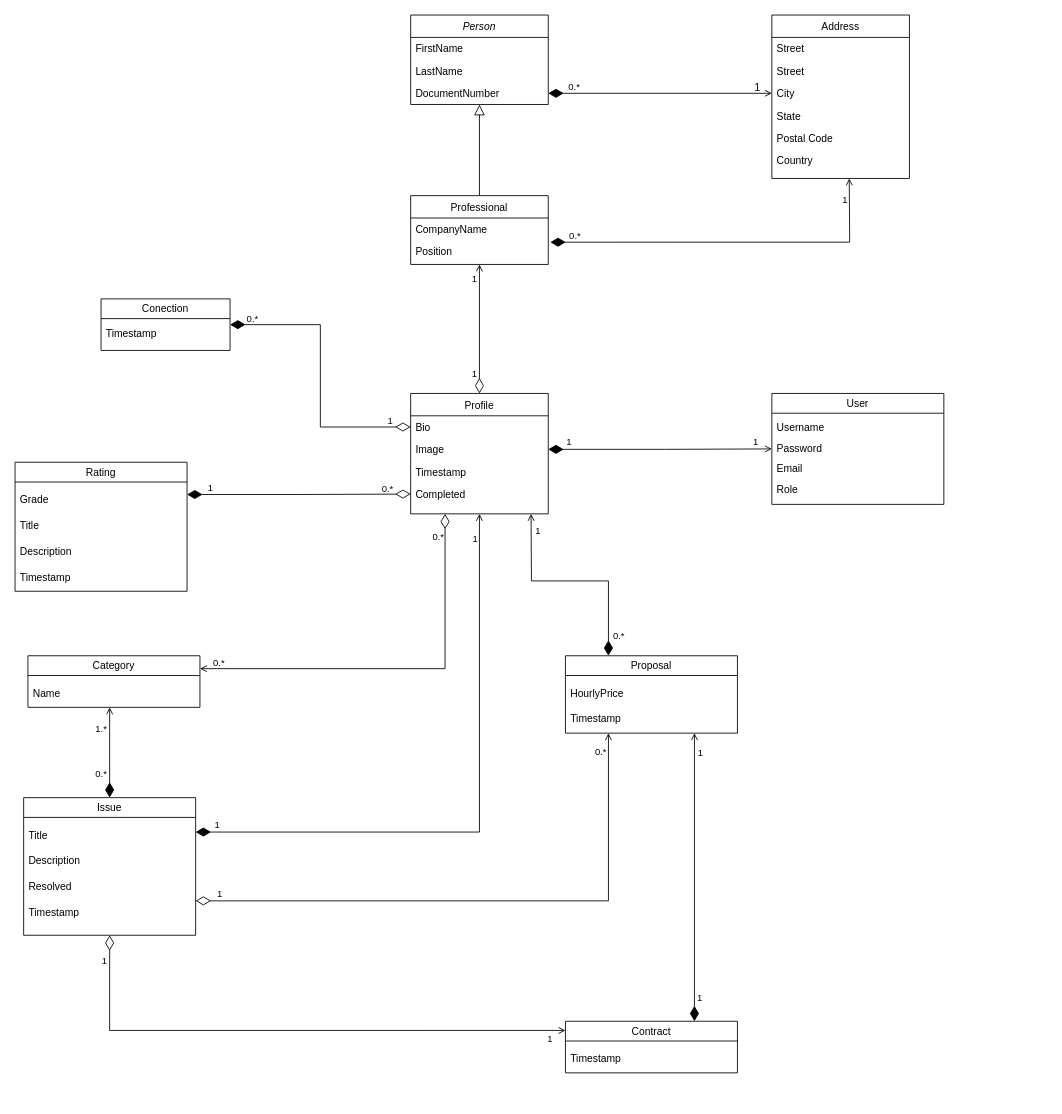
Before: shared/Diagrams.net/Class Diagram.drawio in messiasGeovani/specialister-docs, a draw.io diagram. Source tidied: cells renumbered, new cells numbered last; positions are measured from the earlier drawing's top-left corner, leaving out a move shared by most shapes. Both pictures are drawn from the tidied source at 86%, with x=0, y=0 at pixel (15, 15).
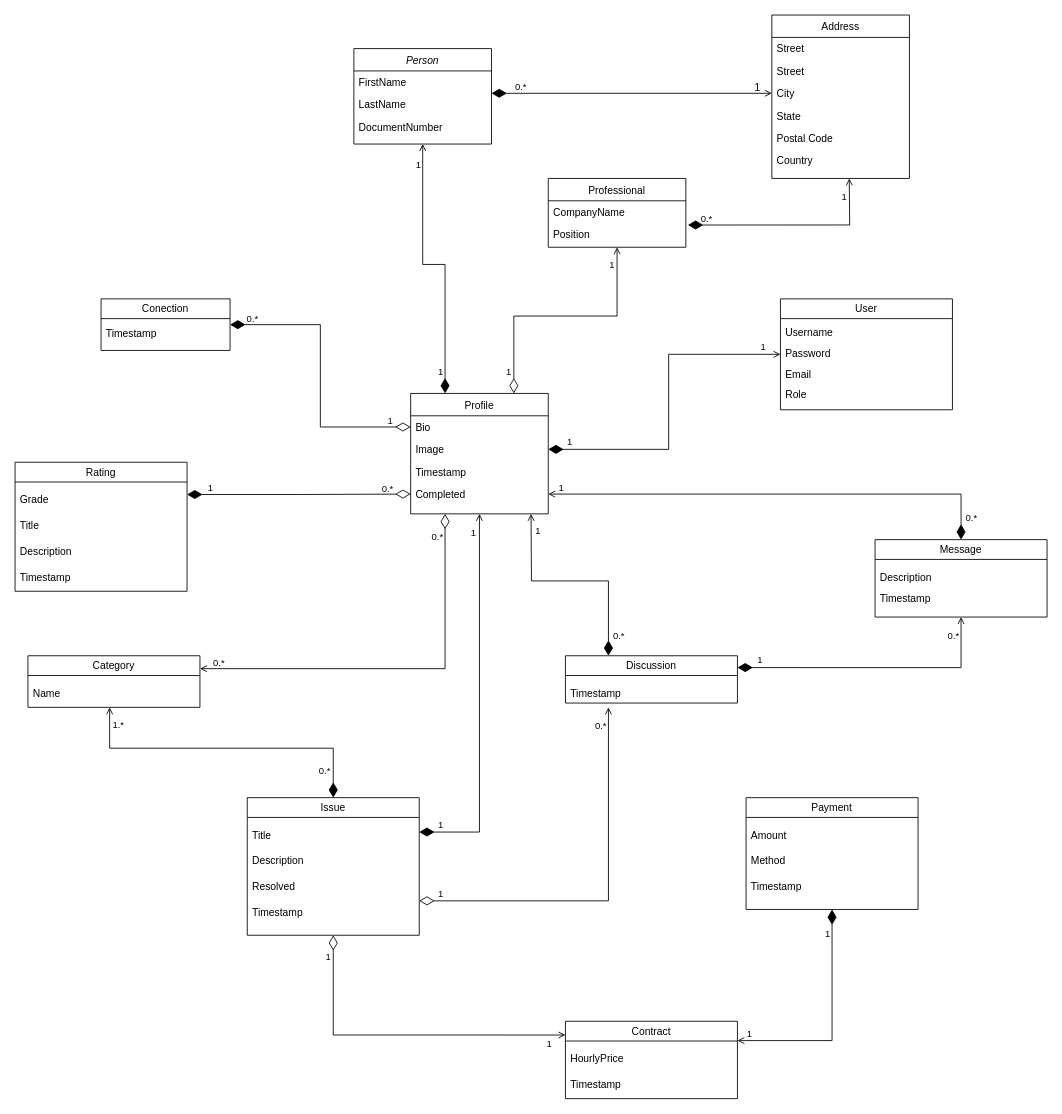
The same diagram, later.

Unchanged cells that the change refers to:
```xml
<mxCell id="13" style="edgeStyle=orthogonalEdgeStyle;rounded=0;jettySize=auto;html=1;entryX=1;entryY=0.25;entryDx=0;entryDy=0;endArrow=diamondThin;endFill=1;endSize=15;startArrow=open;startFill=0;exitX=0.5;exitY=1;exitDx=0;exitDy=0;" parent="1" edge="1" source="16" target="61">
  <mxGeometry relative="1" as="geometry" />
</mxCell>
<mxCell id="16" value="Profile" style="swimlane;fontStyle=0;align=center;verticalAlign=top;horizontal=1;startSize=26;rounded=0;shadow=0;strokeWidth=1;" parent="1" vertex="1">
  <mxGeometry x="460" y="440" width="160" height="140" as="geometry" />
</mxCell>
<mxCell id="20" value="Completed" style="text;align=left;verticalAlign=top;spacingLeft=4;spacingRight=4;overflow=hidden;points=[[0,0.5],[1,0.5]];portConstraint=eastwest;" parent="16" vertex="1">
  <mxGeometry y="104" width="160" height="26" as="geometry" />
</mxCell>
<mxCell id="31" style="edgeStyle=orthogonalEdgeStyle;rounded=0;jettySize=auto;html=1;endArrow=open;endFill=0;exitX=1.015;exitY=1.082;exitDx=0;exitDy=0;exitPerimeter=0;startArrow=diamondThin;startFill=1;startSize=15;" parent="1" edge="1" source="7">
  <mxGeometry relative="1" as="geometry">
    <mxPoint x="970" y="190" as="targetPoint" />
  </mxGeometry>
</mxCell>
<mxCell id="39" style="edgeStyle=orthogonalEdgeStyle;rounded=0;jettySize=auto;html=1;entryX=0;entryY=0.5;entryDx=0;entryDy=0;endArrow=open;endFill=0;exitX=1;exitY=0.5;exitDx=0;exitDy=0;startArrow=diamondThin;startFill=1;startSize=15;" parent="1" edge="1" source="18" target="34">
  <mxGeometry relative="1" as="geometry" />
</mxCell>
<mxCell id="55" style="edgeStyle=orthogonalEdgeStyle;rounded=0;jettySize=auto;html=1;exitX=0.5;exitY=1;exitDx=0;exitDy=0;entryX=0;entryY=0.178;entryDx=0;entryDy=0;entryPerimeter=0;endArrow=open;endFill=0;startArrow=diamondThin;startFill=0;startSize=15;" parent="1" edge="1" source="61" target="80">
  <mxGeometry relative="1" as="geometry" />
</mxCell>
<mxCell id="58" style="edgeStyle=orthogonalEdgeStyle;rounded=0;jettySize=auto;html=1;exitX=1;exitY=0.75;exitDx=0;exitDy=0;entryX=0.25;entryY=1;entryDx=0;entryDy=0;endArrow=open;endFill=0;startArrow=diamondThin;startFill=0;startSize=15;" parent="1" edge="1" source="61" target="71">
  <mxGeometry relative="1" as="geometry" />
</mxCell>
<mxCell id="72" style="edgeStyle=orthogonalEdgeStyle;rounded=0;jettySize=auto;html=1;exitX=1;exitY=0.25;exitDx=0;exitDy=0;entryX=0.25;entryY=1;entryDx=0;entryDy=0;labelBackgroundColor=default;endArrow=diamondThin;endFill=0;endSize=15;startArrow=open;startFill=0;" parent="1" edge="1" source="75" target="16">
  <mxGeometry relative="1" as="geometry" />
</mxCell>
<mxCell id="77" style="edgeStyle=orthogonalEdgeStyle;rounded=0;jettySize=auto;html=1;exitX=0.5;exitY=1;exitDx=0;exitDy=0;entryX=0.5;entryY=0;entryDx=0;entryDy=0;endArrow=diamondThin;endFill=1;endSize=15;startArrow=open;startFill=0;" parent="1" edge="1" source="76" target="61">
  <mxGeometry relative="1" as="geometry" />
</mxCell>
```

Diff of the diagram source:
```diff
@@
+    <mxCell id="85" style="edgeStyle=orthogonalEdgeStyle;rounded=0;jettySize=auto;html=1;exitX=0.5;exitY=1;exitDx=0;exitDy=0;entryX=0.25;entryY=0;entryDx=0;entryDy=0;endArrow=diamondThin;endFill=1;startArrow=open;startFill=0;endSize=15;" parent="1" edge="1" source="2" target="16">
+      <mxGeometry relative="1" as="geometry" />
+    </mxCell>
+    <mxCell id="86" value="1" style="edgeLabel;html=1;align=center;verticalAlign=middle;labelBackgroundColor=none;" parent="85" vertex="1">
+      <mxGeometry x="-0.85" y="-1" relative="1" as="geometry">
+        <mxPoint x="-5" y="-1" as="offset" />
+      </mxGeometry>
+    </mxCell>
+    <mxCell id="87" value="1" style="edgeLabel;html=1;align=center;verticalAlign=middle;fontColor=default;labelBackgroundColor=none;" parent="85" vertex="1">
+      <mxGeometry x="0.79" y="-4" relative="1" as="geometry">
+        <mxPoint x="-2" y="7" as="offset" />
+      </mxGeometry>
+    </mxCell>
     <mxCell id="2" value="Person" style="swimlane;fontStyle=2;align=center;verticalAlign=top;horizontal=1;startSize=26;rounded=0;shadow=0;strokeWidth=1;" parent="1" vertex="1">
-      <mxGeometry x="460" width="160" height="104" as="geometry" />
+      <mxGeometry x="394" y="39" width="160" height="111" as="geometry" />
     </mxCell>
@@
     <mxCell id="6" value="Professional" style="swimlane;fontStyle=0;align=center;verticalAlign=top;horizontal=1;startSize=26;rounded=0;shadow=0;strokeWidth=1;" parent="1" vertex="1">
-      <mxGeometry x="460" y="210" width="160" height="80" as="geometry" />
+      <mxGeometry x="620" y="190" width="160" height="80" as="geometry" />
     </mxCell>
@@
-    <mxCell id="9" style="endArrow=block;endSize=10;endFill=0;shadow=0;strokeWidth=1;rounded=0;edgeStyle=elbowEdgeStyle;elbow=vertical;" parent="1" edge="1" source="6" target="2">
-      <mxGeometry relative="1" as="geometry" />
-    </mxCell>
-    <mxCell id="10" style="edgeStyle=orthogonalEdgeStyle;rounded=0;jettySize=auto;html=1;exitX=0.5;exitY=0;exitDx=0;exitDy=0;entryX=0.5;entryY=1;entryDx=0;entryDy=0;endArrow=open;endFill=0;startArrow=diamondThin;startFill=0;startSize=15;" parent="1" edge="1" source="16" target="6">
+    <mxCell id="10" style="edgeStyle=orthogonalEdgeStyle;rounded=0;jettySize=auto;html=1;exitX=0.75;exitY=0;exitDx=0;exitDy=0;entryX=0.5;entryY=1;entryDx=0;entryDy=0;endArrow=open;endFill=0;startArrow=diamondThin;startFill=0;startSize=15;" parent="1" edge="1" source="16" target="6">
       <mxGeometry relative="1" as="geometry" />
     </mxCell>
     <mxCell id="11" value="1" style="edgeLabel;html=1;align=center;verticalAlign=middle;labelBackgroundColor=none;" parent="10" vertex="1">
       <mxGeometry x="0.68" y="2" relative="1" as="geometry">
-        <mxPoint x="-5" y="-8" as="offset" />
+        <mxPoint x="-5" y="-26" as="offset" />
       </mxGeometry>
     </mxCell>
     <mxCell id="12" value="1" style="edgeLabel;html=1;align=center;verticalAlign=middle;labelBackgroundColor=none;" parent="10" vertex="1">
       <mxGeometry x="-0.81" relative="1" as="geometry">
-        <mxPoint x="-7" y="-10" as="offset" />
+        <mxPoint x="-7" y="2" as="offset" />
       </mxGeometry>
     </mxCell>
@@
     <mxCell id="14" value="1" style="edgeLabel;html=1;align=center;verticalAlign=middle;labelBackgroundColor=none;" parent="13" vertex="1">
       <mxGeometry x="0.91" relative="1" as="geometry">
-        <mxPoint x="-7" y="-9" as="offset" />
+        <mxPoint x="4" y="-9" as="offset" />
       </mxGeometry>
     </mxCell>
     <mxCell id="15" value="1" style="edgeLabel;html=1;align=center;verticalAlign=middle;labelBackgroundColor=none;" parent="13" vertex="1">
       <mxGeometry x="-0.92" y="1" relative="1" as="geometry">
-        <mxPoint x="-7" as="offset" />
+        <mxPoint x="-9" y="3" as="offset" />
       </mxGeometry>
     </mxCell>
@@
     <mxCell id="32" value="1" style="edgeLabel;html=1;align=center;verticalAlign=middle;labelBackgroundColor=none;" parent="31" vertex="1">
       <mxGeometry x="0.82" y="-2" relative="1" as="geometry">
-        <mxPoint x="-8" y="-14" as="offset" />
+        <mxPoint x="-9" y="-2" as="offset" />
       </mxGeometry>
     </mxCell>
@@
     <mxCell id="34" value="&lt;span style=&quot;font-weight: normal;&quot;&gt;User&lt;/span&gt;" style="swimlane;whiteSpace=wrap;html=1;" parent="1" vertex="1">
-      <mxGeometry x="880" y="440" width="200" height="129" as="geometry" />
+      <mxGeometry x="890" y="330" width="200" height="129" as="geometry" />
     </mxCell>
@@
     <mxCell id="40" value="1" style="edgeLabel;html=1;align=center;verticalAlign=middle;labelBackgroundColor=none;" parent="39" vertex="1">
       <mxGeometry x="-0.79" y="2" relative="1" as="geometry">
-        <mxPoint x="-4" y="-7" as="offset" />
+        <mxPoint x="-16" y="-7" as="offset" />
       </mxGeometry>
     </mxCell>
     <mxCell id="41" value="1" style="edgeLabel;html=1;align=center;verticalAlign=middle;labelBackgroundColor=none;" parent="39" vertex="1">
       <mxGeometry x="0.83" y="1" relative="1" as="geometry">
-        <mxPoint x="3" y="-8" as="offset" />
+        <mxPoint x="12" y="-8" as="offset" />
       </mxGeometry>
     </mxCell>
@@
-    <mxCell id="45" value="&lt;span style=&quot;font-weight: normal;&quot;&gt;Conection&lt;/span&gt;" style="swimlane;whiteSpace=wrap;html=1;" parent="1" vertex="1">
+    <mxCell id="45" value="&lt;span style=&quot;font-weight: normal;&quot;&gt;Conection&lt;/span&gt;" style="swimlane;whiteSpace=wrap;html=1;shadow=0;glass=0;" parent="1" vertex="1">
       <mxGeometry x="100" y="330" width="150" height="60" as="geometry" />
     </mxCell>
@@
     <mxCell id="56" value="1" style="edgeLabel;html=1;align=center;verticalAlign=middle;labelBackgroundColor=none;" parent="55" vertex="1">
       <mxGeometry x="0.82" y="-2" relative="1" as="geometry">
-        <mxPoint x="39" y="8" as="offset" />
+        <mxPoint x="16" y="7" as="offset" />
       </mxGeometry>
     </mxCell>
     <mxCell id="57" value="1" style="edgeLabel;html=1;align=center;verticalAlign=middle;labelBackgroundColor=none;" parent="55" vertex="1">
       <mxGeometry x="-0.91" y="1" relative="1" as="geometry">
-        <mxPoint x="-8" as="offset" />
+        <mxPoint x="-8" y="7" as="offset" />
       </mxGeometry>
     </mxCell>
@@
     <mxCell id="59" value="0.*" style="edgeLabel;html=1;align=center;verticalAlign=middle;labelBackgroundColor=none;" parent="58" vertex="1">
       <mxGeometry x="0.92" y="-1" relative="1" as="geometry">
-        <mxPoint x="-11" y="-6" as="offset" />
+        <mxPoint x="-11" y="3" as="offset" />
       </mxGeometry>
     </mxCell>
     <mxCell id="60" value="1" style="edgeLabel;align=center;verticalAlign=middle;labelBackgroundColor=none;" parent="58" vertex="1">
       <mxGeometry x="-0.85" y="-1" relative="1" as="geometry">
-        <mxPoint x="-23" y="-10" as="offset" />
+        <mxPoint x="-8" y="-10" as="offset" />
       </mxGeometry>
     </mxCell>
     <mxCell id="61" value="&lt;span style=&quot;font-weight: normal;&quot;&gt;Issue&lt;/span&gt;" style="swimlane;whiteSpace=wrap;html=1;" parent="1" vertex="1">
-      <mxGeometry x="10" y="910" width="200" height="160" as="geometry" />
+      <mxGeometry x="270" y="910" width="200" height="160" as="geometry" />
     </mxCell>
@@
-    <mxCell id="69" value="&lt;span style=&quot;font-weight: normal;&quot;&gt;Proposal&lt;/span&gt;" style="swimlane;whiteSpace=wrap;html=1;" parent="1" vertex="1">
-      <mxGeometry x="640" y="745" width="200" height="90" as="geometry" />
+    <mxCell id="69" value="&lt;span style=&quot;font-weight: normal;&quot;&gt;Discussion&lt;/span&gt;" style="swimlane;whiteSpace=wrap;html=1;" parent="1" vertex="1">
+      <mxGeometry x="640" y="745" width="200" height="55" as="geometry" />
     </mxCell>
-    <mxCell id="70" value="HourlyPrice" style="text;html=1;strokeColor=none;fillColor=none;align=left;verticalAlign=top;whiteSpace=wrap;rounded=0;spacingLeft=4;spacingRight=4;" parent="69" vertex="1">
-      <mxGeometry y="30" width="200" height="30" as="geometry" />
-    </mxCell>
     <mxCell id="71" value="Timestamp" style="text;html=1;strokeColor=none;fillColor=none;align=left;verticalAlign=top;whiteSpace=wrap;rounded=0;spacingLeft=4;spacingRight=4;" parent="69" vertex="1">
-      <mxGeometry y="60" width="200" height="30" as="geometry" />
+      <mxGeometry y="30" width="200" height="30" as="geometry" />
     </mxCell>
@@
     <mxCell id="73" value="0.*" style="edgeLabel;html=1;align=center;verticalAlign=middle;labelBackgroundColor=none;" parent="72" vertex="1">
       <mxGeometry x="0.82" y="-2" relative="1" as="geometry">
-        <mxPoint x="-11" y="-16" as="offset" />
+        <mxPoint x="-12" y="-16" as="offset" />
       </mxGeometry>
     </mxCell>
@@
     <mxCell id="78" value="1.*" style="edgeLabel;html=1;align=center;verticalAlign=middle;labelBackgroundColor=none;" parent="77" vertex="1">
       <mxGeometry x="-0.24" y="-1" relative="1" as="geometry">
-        <mxPoint x="-10" y="-16" as="offset" />
+        <mxPoint x="-82" y="-28" as="offset" />
       </mxGeometry>
     </mxCell>
     <mxCell id="79" value="0.*" style="edgeLabel;html=1;align=center;verticalAlign=middle;labelBackgroundColor=none;" parent="77" vertex="1">
       <mxGeometry x="0.28" relative="1" as="geometry">
-        <mxPoint x="-11" y="10" as="offset" />
+        <mxPoint x="63" y="26" as="offset" />
       </mxGeometry>
     </mxCell>
     <mxCell id="80" value="&lt;span style=&quot;font-weight: normal;&quot;&gt;Contract&lt;/span&gt;" style="swimlane;whiteSpace=wrap;html=1;startSize=23;" parent="1" vertex="1">
-      <mxGeometry x="640" y="1170" width="200" height="60" as="geometry" />
+      <mxGeometry x="640" y="1170" width="200" height="90" as="geometry" />
     </mxCell>
     <mxCell id="81" value="Timestamp" style="text;html=1;strokeColor=none;fillColor=none;align=left;verticalAlign=top;whiteSpace=wrap;rounded=0;spacingLeft=4;spacingRight=4;" parent="80" vertex="1">
-      <mxGeometry y="30" width="200" height="30" as="geometry" />
+      <mxGeometry y="60" width="200" height="30" as="geometry" />
     </mxCell>
-    <mxCell id="82" style="edgeStyle=orthogonalEdgeStyle;rounded=0;jettySize=auto;html=1;exitX=0.75;exitY=1;exitDx=0;exitDy=0;entryX=0.75;entryY=0;entryDx=0;entryDy=0;endArrow=diamondThin;endFill=1;startArrow=open;startFill=0;endSize=15;" parent="1" edge="1" source="71" target="80">
-      <mxGeometry relative="1" as="geometry" />
-    </mxCell>
-    <mxCell id="83" value="1" style="edgeLabel;html=1;align=center;verticalAlign=middle;labelBackgroundColor=none;" parent="82" vertex="1">
-      <mxGeometry x="-0.84" y="2" relative="1" as="geometry">
-        <mxPoint x="4" y="-5" as="offset" />
-      </mxGeometry>
-    </mxCell>
-    <mxCell id="84" value="1" style="edgeLabel;html=1;align=center;verticalAlign=middle;labelBackgroundColor=none;" parent="82" vertex="1">
-      <mxGeometry x="0.77" relative="1" as="geometry">
-        <mxPoint x="5" y="11" as="offset" />
-      </mxGeometry>
-    </mxCell>
+    <mxCell id="70" value="HourlyPrice" style="text;html=1;strokeColor=none;fillColor=none;align=left;verticalAlign=top;whiteSpace=wrap;rounded=0;spacingLeft=4;spacingRight=4;" parent="80" vertex="1">
+      <mxGeometry y="30" width="200" height="30" as="geometry" />
+    </mxCell>
+    <mxCell id="88" style="edgeStyle=orthogonalEdgeStyle;rounded=0;jettySize=auto;html=1;exitX=0.5;exitY=0;exitDx=0;exitDy=0;entryX=1;entryY=0.5;entryDx=0;entryDy=0;endArrow=open;endFill=0;startArrow=diamondThin;startFill=1;startSize=15;" parent="1" edge="1" source="94" target="20">
+      <mxGeometry relative="1" as="geometry" />
+    </mxCell>
+    <mxCell id="89" value="1" style="edgeLabel;html=1;align=center;verticalAlign=middle;labelBackgroundColor=none;" parent="88" vertex="1">
+      <mxGeometry x="0.92" y="1" relative="1" as="geometry">
+        <mxPoint x="-7" y="-9" as="offset" />
+      </mxGeometry>
+    </mxCell>
+    <mxCell id="90" value="0.*" style="edgeLabel;html=1;align=center;verticalAlign=middle;labelBackgroundColor=none;" parent="88" vertex="1">
+      <mxGeometry x="-0.87" y="-2" relative="1" as="geometry">
+        <mxPoint x="9" y="9" as="offset" />
+      </mxGeometry>
+    </mxCell>
+    <mxCell id="91" style="edgeStyle=orthogonalEdgeStyle;rounded=0;jettySize=auto;html=1;exitX=0.5;exitY=1;exitDx=0;exitDy=0;entryX=1;entryY=0.25;entryDx=0;entryDy=0;endArrow=diamondThin;endFill=1;endSize=15;startArrow=open;startFill=0;" parent="1" edge="1" source="94" target="69">
+      <mxGeometry relative="1" as="geometry" />
+    </mxCell>
+    <mxCell id="92" value="1" style="edgeLabel;html=1;align=center;verticalAlign=middle;" parent="91" vertex="1">
+      <mxGeometry x="0.85" y="1" relative="1" as="geometry">
+        <mxPoint x="2" y="-10" as="offset" />
+      </mxGeometry>
+    </mxCell>
+    <mxCell id="93" value="0.*" style="edgeLabel;html=1;align=center;verticalAlign=middle;labelBackgroundColor=none;" parent="91" vertex="1">
+      <mxGeometry x="-0.7" y="3" relative="1" as="geometry">
+        <mxPoint x="-13" y="-27" as="offset" />
+      </mxGeometry>
+    </mxCell>
+    <mxCell id="94" value="&lt;span style=&quot;font-weight: normal;&quot;&gt;Message&lt;/span&gt;" style="swimlane;whiteSpace=wrap;html=1;" parent="1" vertex="1">
+      <mxGeometry x="1000" y="610" width="200" height="90" as="geometry" />
+    </mxCell>
+    <mxCell id="95" value="Description" style="text;html=1;strokeColor=none;fillColor=none;align=left;verticalAlign=top;whiteSpace=wrap;rounded=0;spacingLeft=4;spacingRight=4;" parent="94" vertex="1">
+      <mxGeometry y="30" width="200" height="30" as="geometry" />
+    </mxCell>
+    <mxCell id="96" value="Timestamp" style="text;html=1;strokeColor=none;fillColor=none;align=left;verticalAlign=top;whiteSpace=wrap;rounded=0;spacingLeft=4;spacingRight=4;" parent="94" vertex="1">
+      <mxGeometry y="55" width="200" height="30" as="geometry" />
+    </mxCell>
+    <mxCell id="97" style="edgeStyle=orthogonalEdgeStyle;rounded=0;jettySize=auto;html=1;exitX=0.5;exitY=1;exitDx=0;exitDy=0;entryX=1;entryY=0.25;entryDx=0;entryDy=0;endArrow=open;endFill=0;startArrow=diamondThin;startFill=1;startSize=15;" parent="1" edge="1" source="100" target="80">
+      <mxGeometry relative="1" as="geometry" />
+    </mxCell>
+    <mxCell id="98" value="1" style="edgeLabel;html=1;align=center;verticalAlign=middle;labelBackgroundColor=none;" parent="97" vertex="1">
+      <mxGeometry x="0.85" y="2" relative="1" as="geometry">
+        <mxPoint x="-6" y="-10" as="offset" />
+      </mxGeometry>
+    </mxCell>
+    <mxCell id="99" value="1" style="edgeLabel;html=1;align=center;verticalAlign=middle;labelBackgroundColor=default;" parent="97" vertex="1">
+      <mxGeometry x="-0.82" y="-3" relative="1" as="geometry">
+        <mxPoint x="-3" y="4" as="offset" />
+      </mxGeometry>
+    </mxCell>
+    <mxCell id="100" value="&lt;span style=&quot;font-weight: normal;&quot;&gt;Payment&lt;/span&gt;" style="swimlane;whiteSpace=wrap;html=1;" parent="1" vertex="1">
+      <mxGeometry x="850" y="910" width="200" height="130" as="geometry" />
+    </mxCell>
+    <mxCell id="101" value="Amount" style="text;html=1;strokeColor=none;fillColor=none;align=left;verticalAlign=top;whiteSpace=wrap;rounded=0;spacingLeft=4;spacingRight=4;" parent="100" vertex="1">
+      <mxGeometry y="30" width="200" height="30" as="geometry" />
+    </mxCell>
+    <mxCell id="102" value="Method" style="text;html=1;strokeColor=none;fillColor=none;align=left;verticalAlign=top;whiteSpace=wrap;rounded=0;spacingLeft=4;spacingRight=4;" parent="100" vertex="1">
+      <mxGeometry y="60" width="200" height="30" as="geometry" />
+    </mxCell>
+    <mxCell id="103" value="Timestamp" style="text;html=1;strokeColor=none;fillColor=none;align=left;verticalAlign=top;whiteSpace=wrap;rounded=0;spacingLeft=4;spacingRight=4;" parent="100" vertex="1">
+      <mxGeometry y="90" width="200" height="30" as="geometry" />
+    </mxCell>
```
